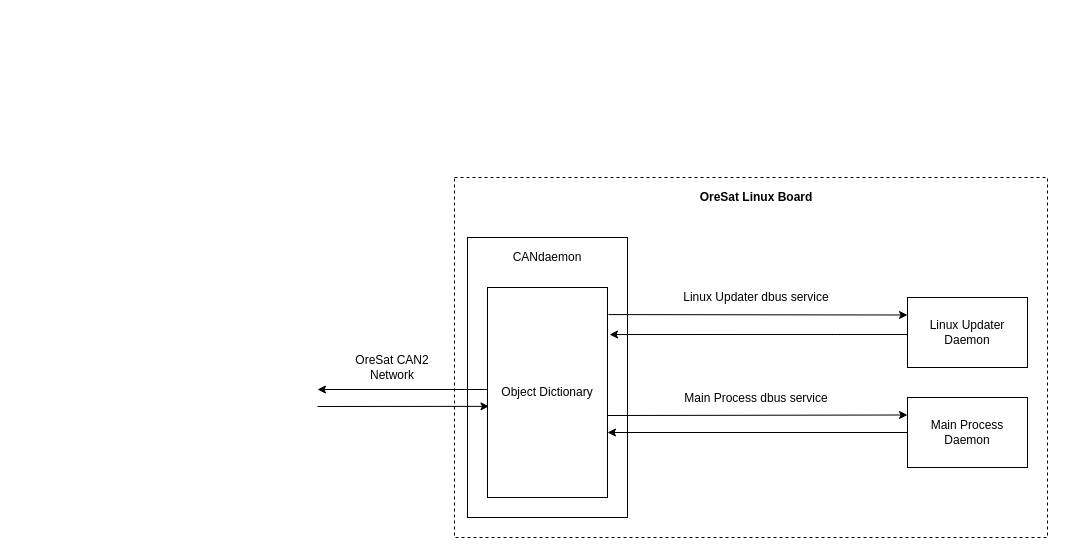
The draw.io diagram docs/OreSatLinuxDiagram.drawio in oresat/oresat-linux-manager, before the edit. Source tidied: cells renumbered, new cells numbered last; positions are measured from the earlier drawing's top-left corner, leaving out a move shared by most shapes. Both pictures are drawn from the tidied source at 100%, with x=0, y=0 at pixel (317, 177).
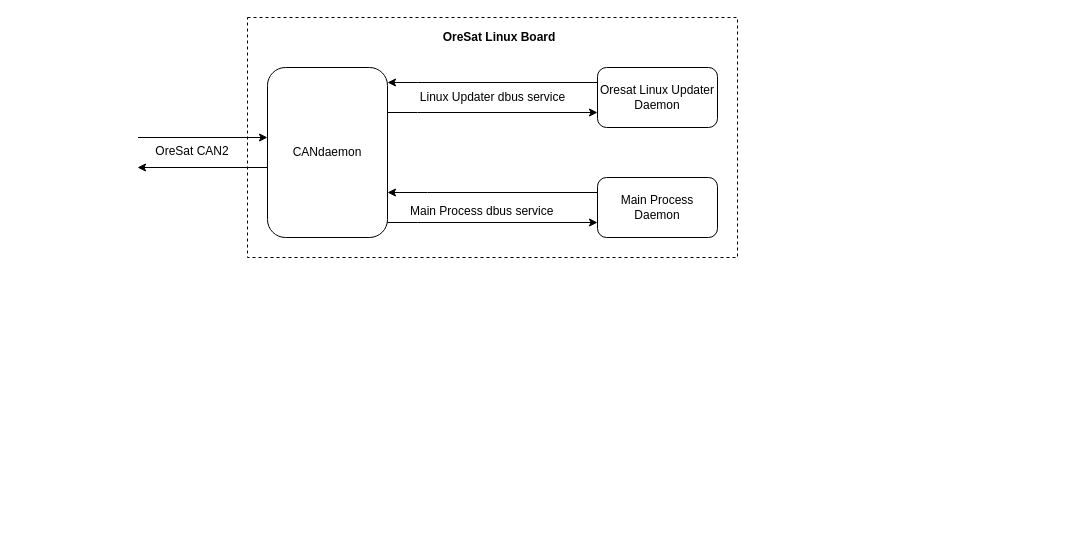
After the change.

Commit message (it also covers changes not shown here):
minor changes to CANdaemon readme, updated main diagram

The edit, as a diff of the source:
```diff
@@
     <mxCell id="2" style="rounded=0;whiteSpace=wrap;html=1;dashed=1;" parent="1" vertex="1">
-      <mxGeometry x="137" width="593" height="360" as="geometry" />
+      <mxGeometry x="-70" y="-160" width="490" height="240" as="geometry" />
     </mxCell>
-    <mxCell id="3" style="rounded=0;whiteSpace=wrap;html=1;" parent="1" vertex="1">
-      <mxGeometry x="150" y="60" width="160" height="280" as="geometry" />
-    </mxCell>
-    <mxCell id="4" value="Object Dictionary" style="rounded=0;whiteSpace=wrap;html=1;" parent="1" vertex="1">
-      <mxGeometry x="170" y="110" width="120" height="210" as="geometry" />
-    </mxCell>
-    <mxCell id="5" style="edgeStyle=orthogonalEdgeStyle;rounded=0;jettySize=auto;html=1;entryX=1.017;entryY=0.224;entryDx=0;entryDy=0;entryPerimeter=0;" parent="1" edge="1" source="6" target="4">
-      <mxGeometry relative="1" as="geometry">
-        <Array as="points">
-          <mxPoint x="520" y="157" />
-          <mxPoint x="520" y="157" />
-        </Array>
-      </mxGeometry>
-    </mxCell>
-    <mxCell id="6" value="Linux Updater Daemon" style="rounded=0;whiteSpace=wrap;html=1;" parent="1" vertex="1">
-      <mxGeometry x="590" y="120" width="120" height="70" as="geometry" />
-    </mxCell>
-    <mxCell id="7" value="Main Process&lt;br&gt;Daemon" style="rounded=0;whiteSpace=wrap;html=1;" parent="1" vertex="1">
-      <mxGeometry x="590" y="220" width="120" height="70" as="geometry" />
-    </mxCell>
-    <mxCell id="8" value="Main Process dbus service" style="text;html=1;strokeColor=none;fillColor=none;align=center;verticalAlign=middle;whiteSpace=wrap;rounded=0;" parent="1" vertex="1">
-      <mxGeometry x="324" y="220" width="230" as="geometry" />
-    </mxCell>
-    <mxCell id="9" value="Linux Updater dbus service" style="text;html=1;strokeColor=none;fillColor=none;align=center;verticalAlign=middle;whiteSpace=wrap;rounded=0;" parent="1" vertex="1">
-      <mxGeometry x="324" y="115" width="230" height="10" as="geometry" />
-    </mxCell>
-    <mxCell id="10" value="CANdaemon" style="text;html=1;strokeColor=none;fillColor=none;align=center;verticalAlign=middle;whiteSpace=wrap;rounded=0;" parent="1" vertex="1">
-      <mxGeometry x="210" y="70" width="40" height="20" as="geometry" />
-    </mxCell>
-    <mxCell id="11" style="endArrow=classic;html=1;exitX=1.008;exitY=0.129;exitDx=0;exitDy=0;exitPerimeter=0;entryX=0;entryY=0.25;entryDx=0;entryDy=0;" parent="1" edge="1" source="4" target="6">
-      <mxGeometry relative="1" as="geometry" />
-    </mxCell>
-    <mxCell id="12" style="endArrow=classic;html=1;exitX=0;exitY=0.5;exitDx=0;exitDy=0;" parent="1" edge="1" source="7">
-      <mxGeometry relative="1" as="geometry">
-        <mxPoint x="290" y="255" as="targetPoint" />
-      </mxGeometry>
-    </mxCell>
-    <mxCell id="13" value="OreSat CAN2 Network" style="text;html=1;strokeColor=none;fillColor=none;align=center;verticalAlign=middle;whiteSpace=wrap;rounded=0;" parent="1" vertex="1">
-      <mxGeometry x="30" y="166" width="90" height="48" as="geometry" />
+    <mxCell id="13" value="OreSat CAN2" style="text;html=1;strokeColor=none;fillColor=none;align=center;verticalAlign=middle;whiteSpace=wrap;rounded=0;" parent="1" vertex="1">
+      <mxGeometry x="-170" y="-50" width="90" height="48" as="geometry" />
     </mxCell>
     <mxCell id="14" value="&lt;b&gt;OreSat Linux Board&lt;/b&gt;" style="text;html=1;strokeColor=none;fillColor=none;align=center;verticalAlign=middle;whiteSpace=wrap;rounded=0;dashed=1;" parent="1" vertex="1">
-      <mxGeometry x="361" y="10" width="156" height="20" as="geometry" />
+      <mxGeometry x="104" y="-150" width="156" height="20" as="geometry" />
     </mxCell>
-    <mxCell id="15" style="endArrow=classic;html=1;" parent="1" edge="1">
-      <mxGeometry relative="1" as="geometry">
-        <mxPoint x="170" y="212" as="sourcePoint" />
-        <mxPoint y="212" as="targetPoint" />
-      </mxGeometry>
-    </mxCell>
-    <mxCell id="16" style="endArrow=classic;html=1;entryX=0;entryY=0.25;entryDx=0;entryDy=0;" parent="1" edge="1" target="7">
-      <mxGeometry relative="1" as="geometry">
-        <mxPoint x="290" y="238" as="sourcePoint" />
-      </mxGeometry>
-    </mxCell>
-    <mxCell id="17" style="endArrow=classic;html=1;entryX=0.012;entryY=0.566;entryDx=0;entryDy=0;entryPerimeter=0;" parent="1" edge="1" target="4">
-      <mxGeometry relative="1" as="geometry">
-        <mxPoint y="229" as="sourcePoint" />
-      </mxGeometry>
-    </mxCell>
+    <mxCell id="10" value="CANdaemon" style="rounded=1;whiteSpace=wrap;html=1;" parent="1" vertex="1">
+      <mxGeometry x="-50" y="-110" width="120" height="170" as="geometry" />
+    </mxCell>
+    <mxCell id="18" style="edgeStyle=orthogonalEdgeStyle;rounded=0;jettySize=auto;html=1;exitX=0;exitY=0.25;exitDx=0;exitDy=0;" parent="1" edge="1" source="20" target="10">
+      <mxGeometry relative="1" as="geometry">
+        <Array as="points">
+          <mxPoint x="100" y="-95" />
+          <mxPoint x="100" y="-95" />
+        </Array>
+      </mxGeometry>
+    </mxCell>
+    <mxCell id="19" style="edgeStyle=orthogonalEdgeStyle;rounded=0;jettySize=auto;html=1;exitX=0;exitY=0.75;exitDx=0;exitDy=0;endArrow=none;endFill=0;startArrow=classic;startFill=1;" parent="1" edge="1" source="20" target="10">
+      <mxGeometry relative="1" as="geometry">
+        <Array as="points">
+          <mxPoint x="100" y="-65" />
+          <mxPoint x="100" y="-65" />
+        </Array>
+      </mxGeometry>
+    </mxCell>
+    <mxCell id="20" value="Oresat Linux Updater Daemon" style="rounded=1;whiteSpace=wrap;html=1;" parent="1" vertex="1">
+      <mxGeometry x="280" y="-110" width="120" height="60" as="geometry" />
+    </mxCell>
+    <mxCell id="21" style="edgeStyle=orthogonalEdgeStyle;rounded=0;jettySize=auto;html=1;exitX=0;exitY=0.75;exitDx=0;exitDy=0;endArrow=none;endFill=0;startArrow=classic;startFill=1;" parent="1" edge="1" source="7" target="10">
+      <mxGeometry relative="1" as="geometry">
+        <Array as="points">
+          <mxPoint x="100" y="45" />
+          <mxPoint x="100" y="45" />
+        </Array>
+      </mxGeometry>
+    </mxCell>
+    <mxCell id="22" style="edgeStyle=orthogonalEdgeStyle;rounded=0;jettySize=auto;html=1;exitX=0;exitY=0.25;exitDx=0;exitDy=0;" parent="1" edge="1" source="7" target="10">
+      <mxGeometry relative="1" as="geometry">
+        <Array as="points">
+          <mxPoint x="110" y="15" />
+          <mxPoint x="110" y="15" />
+        </Array>
+      </mxGeometry>
+    </mxCell>
+    <mxCell id="7" value="Main Process Daemon" style="rounded=1;whiteSpace=wrap;html=1;" parent="1" vertex="1">
+      <mxGeometry x="280" width="120" height="60" as="geometry" />
+    </mxCell>
+    <mxCell id="9" value="Linux Updater dbus service" style="text;html=1;align=center;verticalAlign=middle;" parent="1" vertex="1">
+      <mxGeometry x="90" y="-90" width="170" height="20" as="geometry" />
+    </mxCell>
+    <mxCell id="8" value="Main Process dbus service" style="text;html=1;" parent="1" vertex="1">
+      <mxGeometry x="91" y="20" width="180" height="30" as="geometry" />
+    </mxCell>
+    <mxCell id="23" style="edgeStyle=orthogonalEdgeStyle;rounded=0;jettySize=auto;html=1;startArrow=classic;startFill=1;endArrow=none;endFill=0;exitX=1;exitY=0.75;exitDx=0;exitDy=0;" parent="1" edge="1" source="25" target="10">
+      <mxGeometry relative="1" as="geometry">
+        <Array as="points">
+          <mxPoint x="-70" y="-10" />
+          <mxPoint x="-70" y="-10" />
+        </Array>
+      </mxGeometry>
+    </mxCell>
+    <mxCell id="24" style="edgeStyle=orthogonalEdgeStyle;rounded=0;jettySize=auto;html=1;startArrow=none;startFill=0;endArrow=classic;endFill=1;exitX=1;exitY=0.25;exitDx=0;exitDy=0;" parent="1" edge="1" source="25" target="10">
+      <mxGeometry relative="1" as="geometry">
+        <Array as="points">
+          <mxPoint x="-70" y="-40" />
+          <mxPoint x="-70" y="-40" />
+        </Array>
+      </mxGeometry>
+    </mxCell>
+    <mxCell id="25" style="rounded=1;whiteSpace=wrap;html=1;strokeColor=#FFFFFF;" parent="1" vertex="1">
+      <mxGeometry x="-300" y="-55" width="120" height="60" as="geometry" />
+    </mxCell>
```
